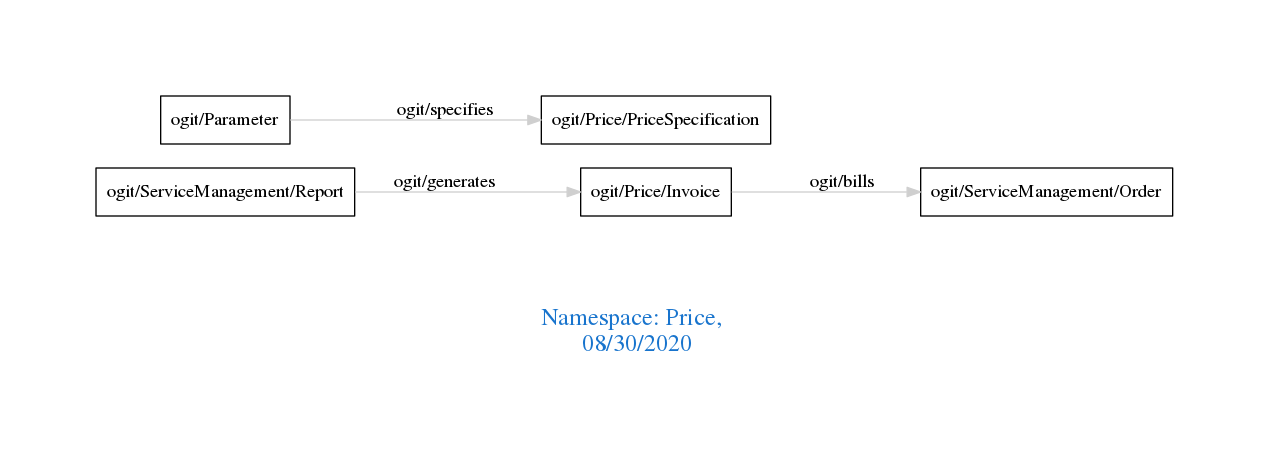
Above: downloads/Price.png in arago/OGIT (Graphviz), before the change. Its source is kept beside it as downloads/Price.dot.
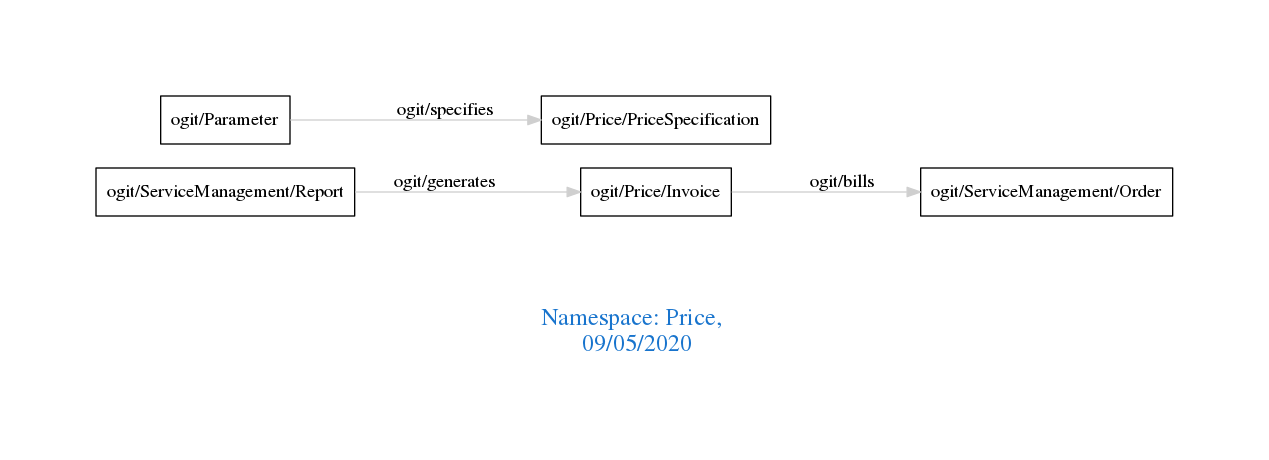
After the change.

What changed in the source:
```diff
@@ -1,7 +1,7 @@
 digraph OGIT_ontology {
  graph [ rankdir= LR,pad=1
 fontsize = 18,
-fontcolor= dodgerblue3,label = "\n\n\nNamespace: Price, \n 08/30/2020"];
+fontcolor= dodgerblue3,label = "\n\n\nNamespace: Price, \n 09/05/2020"];
 node[shape=polygon];
 edge [  color="gray81"];
 
```
